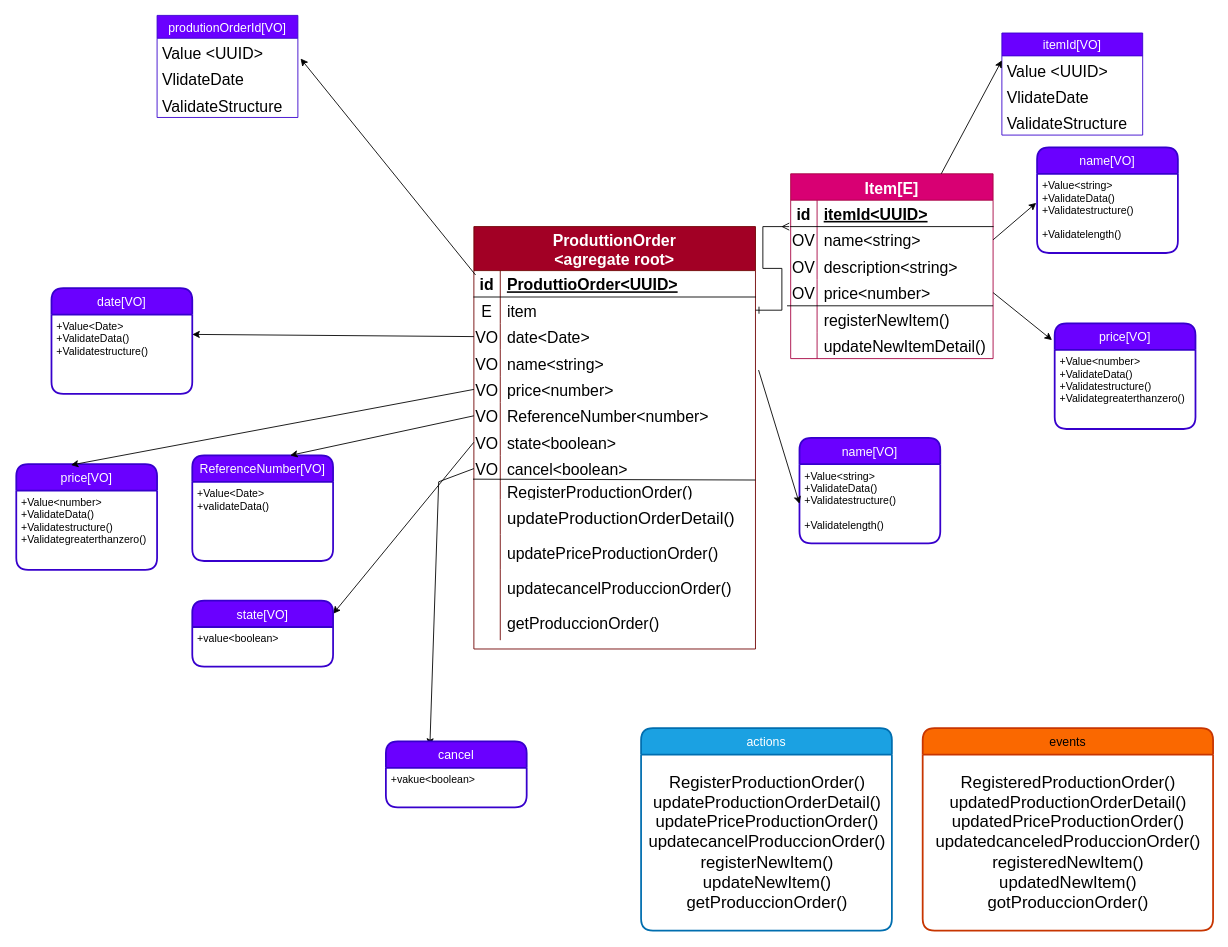
The draw.io diagram page "modeladoproductorder" (2 of 5) of DDD.drawio in ANDRES3021/C1-2023-DDD-Colombia, before the edit. Source tidied: cells renumbered, new cells numbered last; positions are measured from the earlier drawing's top-left corner, leaving out a move shared by most shapes. Both pictures are drawn from the tidied source at 88%, with x=0, y=0 at pixel (16, 15).
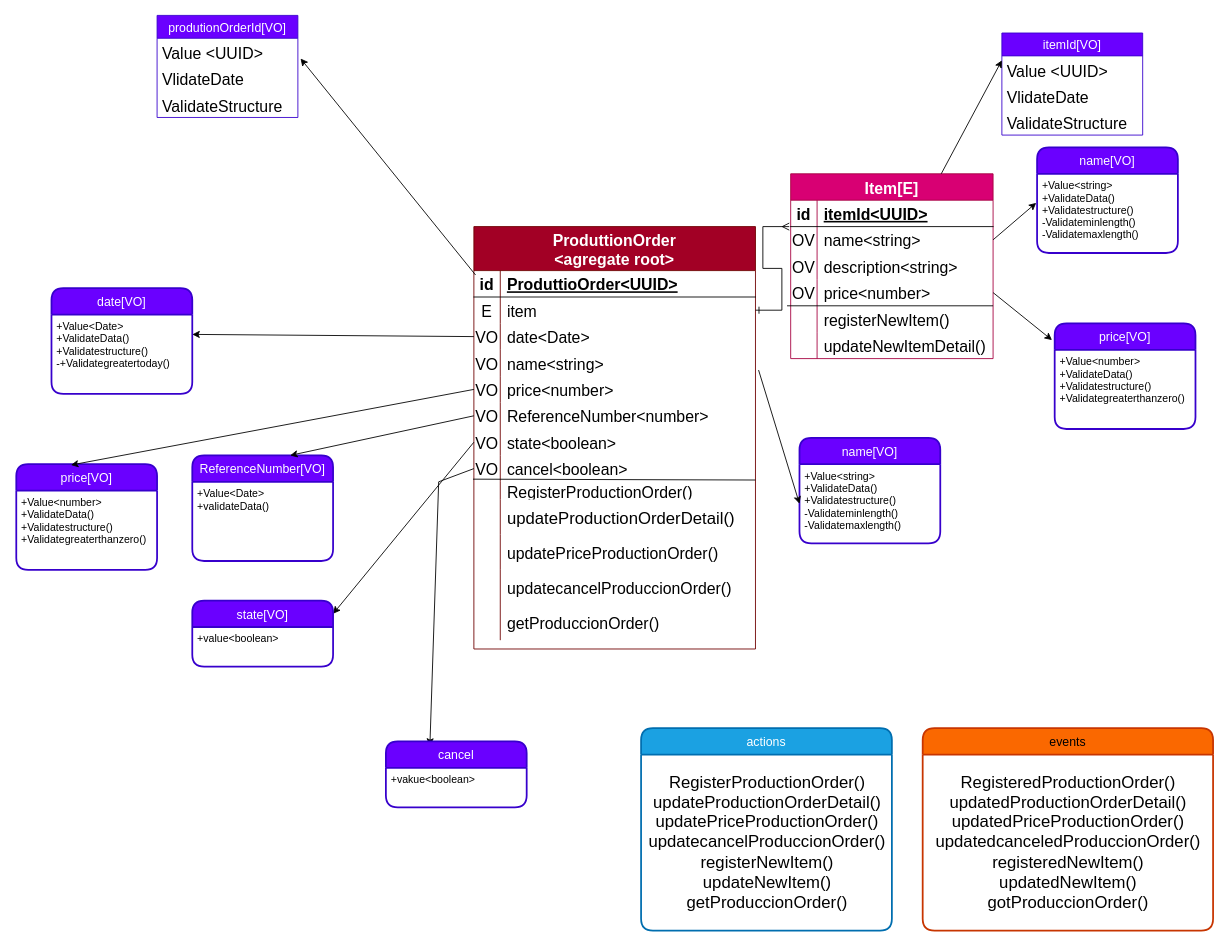
The same page after the edit.

The change refers to these unchanged cells:
```xml
<mxCell id="68" value="date[VO]" style="swimlane;horizontal=1;startSize=30;rounded=1;fontSize=14;fontStyle=0;strokeWidth=2;shadow=0;dashed=0;align=center;fillColor=#6a00ff;fontColor=#ffffff;strokeColor=#3700CC;" parent="1" vertex="1">
  <mxGeometry x="40" y="310" width="160" height="120" as="geometry" />
</mxCell>
<mxCell id="72" value="name[VO]" style="swimlane;horizontal=1;startSize=30;rounded=1;fontSize=14;fontStyle=0;strokeWidth=2;shadow=0;dashed=0;align=center;fillColor=#6a00ff;fontColor=#ffffff;strokeColor=#3700CC;" parent="1" vertex="1">
  <mxGeometry x="890" y="480" width="160" height="120" as="geometry" />
</mxCell>
<mxCell id="78" value="name[VO]" style="swimlane;horizontal=1;startSize=30;rounded=1;fontSize=14;fontStyle=0;strokeWidth=2;shadow=0;dashed=0;align=center;fillColor=#6a00ff;fontColor=#ffffff;strokeColor=#3700CC;" parent="1" vertex="1">
  <mxGeometry x="1160" y="150" width="160" height="120" as="geometry" />
</mxCell>
```

Diff of the diagram source:
```diff
@@
-    <mxCell id="69" value="+Value&lt;Date&gt;&#10;+ValidateData()&#10;+Validatestructure()&#10;" style="align=left;strokeColor=none;fillColor=none;spacingLeft=4;fontSize=12;verticalAlign=top;" parent="68" vertex="1">
+    <mxCell id="69" value="+Value&lt;Date&gt;&#10;+ValidateData()&#10;+Validatestructure()&#10;-+Validategreatertoday()&#10;" style="align=left;strokeColor=none;fillColor=none;spacingLeft=4;fontSize=12;verticalAlign=top;" parent="68" vertex="1">
       <mxGeometry y="30" width="160" height="90" as="geometry" />
     </mxCell>
@@
-    <mxCell id="73" value="+Value&lt;string&gt;&#10;+ValidateData()&#10;+Validatestructure()&#10;&#10;+Validatelength()" style="align=left;strokeColor=none;fillColor=none;spacingLeft=4;fontSize=12;verticalAlign=top;" parent="72" vertex="1">
+    <mxCell id="73" value="+Value&lt;string&gt;&#10;+ValidateData()&#10;+Validatestructure()&#10;-Validateminlength()&#10;-Validatemaxlength()" style="align=left;strokeColor=none;fillColor=none;spacingLeft=4;fontSize=12;verticalAlign=top;" parent="72" vertex="1">
       <mxGeometry y="30" width="160" height="90" as="geometry" />
     </mxCell>
@@
-    <mxCell id="79" value="+Value&lt;string&gt;&#10;+ValidateData()&#10;+Validatestructure()&#10;&#10;+Validatelength()" style="align=left;strokeColor=none;fillColor=none;spacingLeft=4;fontSize=12;verticalAlign=top;" parent="78" vertex="1">
+    <mxCell id="79" value="+Value&lt;string&gt;&#10;+ValidateData()&#10;+Validatestructure()&#10;-Validateminlength()&#10;-Validatemaxlength()" style="align=left;strokeColor=none;fillColor=none;spacingLeft=4;fontSize=12;verticalAlign=top;" parent="78" vertex="1">
       <mxGeometry y="30" width="160" height="90" as="geometry" />
     </mxCell>
```
